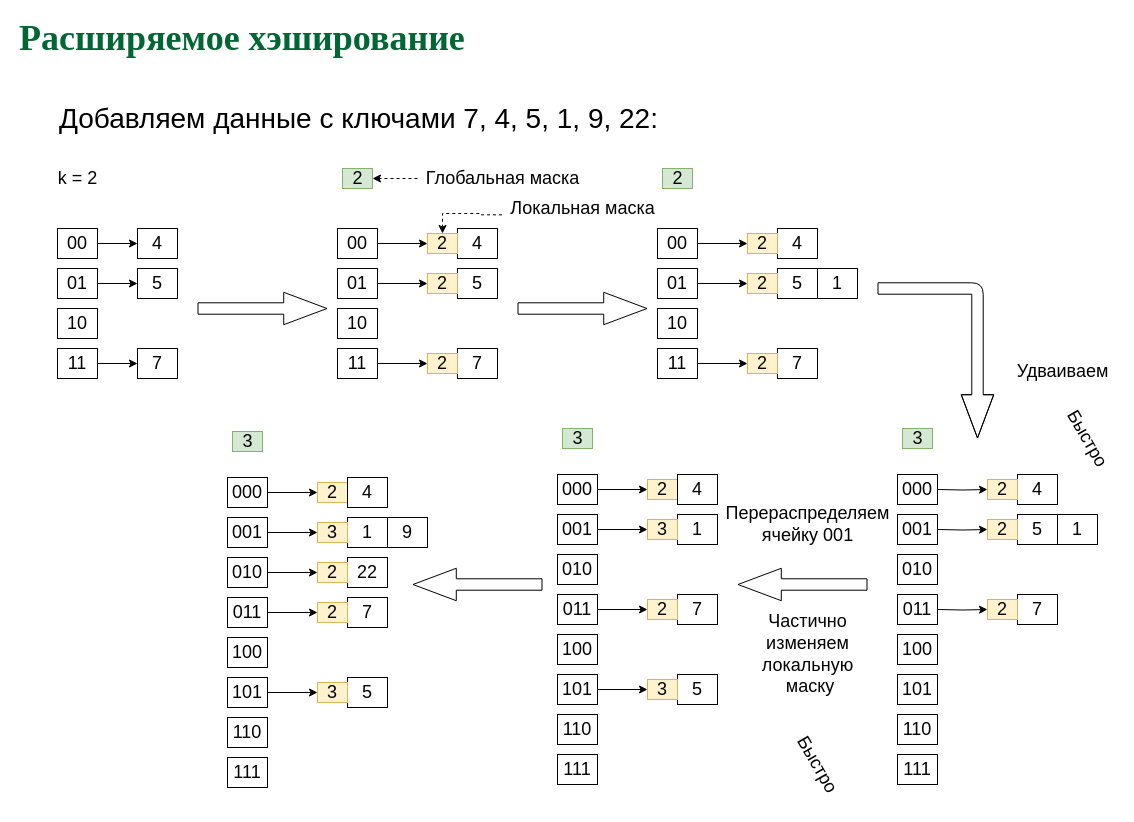
Above: page "p19" (19 of 26) of slides/dynhash.drawio in amcp-pit/db_course (draw.io), before the change. Source tidied: cells renumbered, new cells numbered last; positions are measured from the earlier drawing's top-left corner, leaving out a move shared by most shapes. Both pictures are drawn from the tidied source at 100%, with x=0, y=0 at pixel (17, 28).
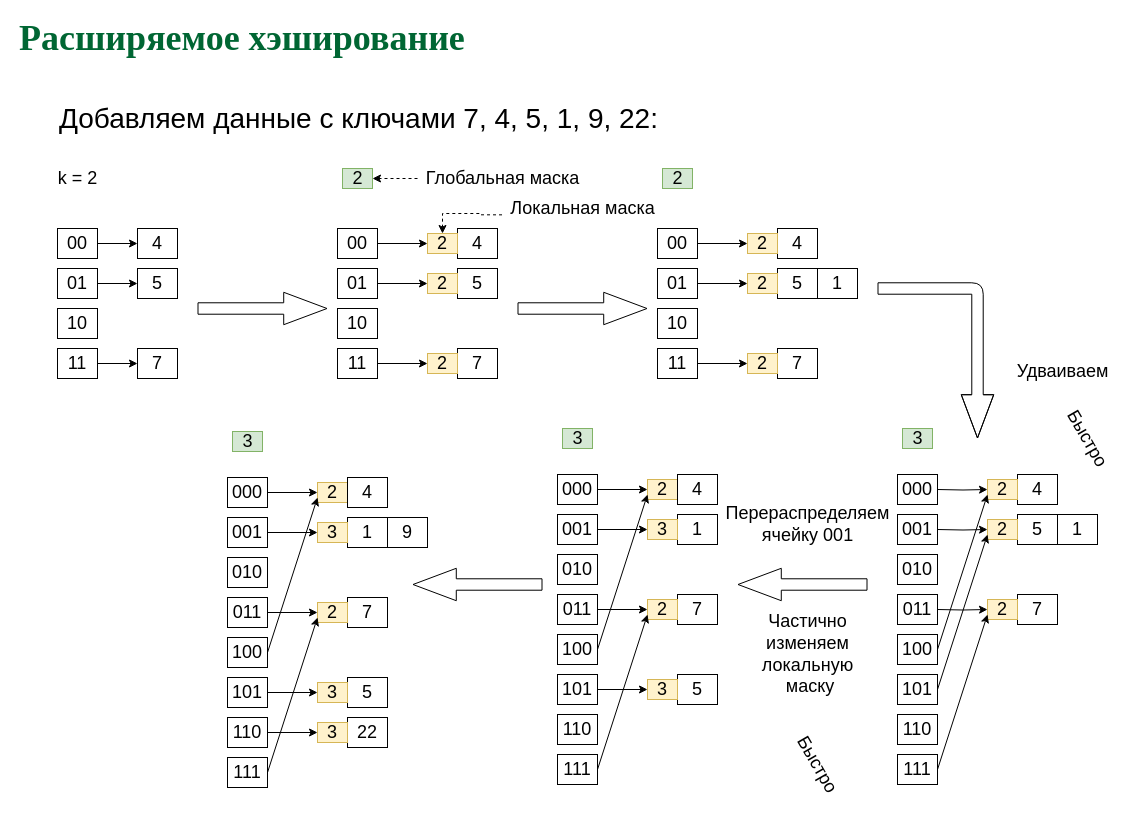
Above is the later version.

Unchanged cells that the change refers to:
```xml
<mxCell id="24" value="&lt;font style=&quot;font-size: 18px&quot;&gt;100&lt;/font&gt;" style="rounded=0;whiteSpace=wrap;html=1;" parent="1" vertex="1">
  <mxGeometry x="540" y="606" width="40" height="30" as="geometry" />
</mxCell>
<mxCell id="27" value="&lt;font style=&quot;font-size: 18px&quot;&gt;111&lt;/font&gt;" style="rounded=0;whiteSpace=wrap;html=1;" parent="1" vertex="1">
  <mxGeometry x="540" y="726" width="40" height="30" as="geometry" />
</mxCell>
<mxCell id="68" value="&lt;font style=&quot;font-size: 18px&quot;&gt;2&lt;/font&gt;" style="rounded=0;whiteSpace=wrap;html=1;fillColor=#fff2cc;strokeColor=#d6b656;" parent="1" vertex="1">
  <mxGeometry x="630" y="451" width="30" height="20" as="geometry" />
</mxCell>
<mxCell id="71" value="&lt;font style=&quot;font-size: 18px&quot;&gt;2&lt;/font&gt;" style="rounded=0;whiteSpace=wrap;html=1;fillColor=#fff2cc;strokeColor=#d6b656;" parent="1" vertex="1">
  <mxGeometry x="630" y="571" width="30" height="20" as="geometry" />
</mxCell>
<mxCell id="79" value="&lt;font style=&quot;font-size: 18px&quot;&gt;2&lt;/font&gt;" style="rounded=0;whiteSpace=wrap;html=1;fillColor=#fff2cc;strokeColor=#d6b656;" parent="1" vertex="1">
  <mxGeometry x="970" y="571" width="30" height="20" as="geometry" />
</mxCell>
<mxCell id="80" value="&lt;font style=&quot;font-size: 18px&quot;&gt;2&lt;/font&gt;" style="rounded=0;whiteSpace=wrap;html=1;fillColor=#fff2cc;strokeColor=#d6b656;" parent="1" vertex="1">
  <mxGeometry x="970" y="451" width="30" height="20" as="geometry" />
</mxCell>
<mxCell id="81" value="&lt;font style=&quot;font-size: 18px&quot;&gt;2&lt;/font&gt;" style="rounded=0;whiteSpace=wrap;html=1;fillColor=#fff2cc;strokeColor=#d6b656;" parent="1" vertex="1">
  <mxGeometry x="970" y="491" width="30" height="20" as="geometry" />
</mxCell>
<mxCell id="87" value="&lt;font style=&quot;font-size: 18px&quot;&gt;100&lt;/font&gt;" style="rounded=0;whiteSpace=wrap;html=1;" parent="1" vertex="1">
  <mxGeometry x="880" y="606" width="40" height="30" as="geometry" />
</mxCell>
<mxCell id="88" value="&lt;font style=&quot;font-size: 18px&quot;&gt;101&lt;/font&gt;" style="rounded=0;whiteSpace=wrap;html=1;" parent="1" vertex="1">
  <mxGeometry x="880" y="646" width="40" height="30" as="geometry" />
</mxCell>
<mxCell id="89" value="&lt;font style=&quot;font-size: 18px&quot;&gt;111&lt;/font&gt;" style="rounded=0;whiteSpace=wrap;html=1;" parent="1" vertex="1">
  <mxGeometry x="880" y="726" width="40" height="30" as="geometry" />
</mxCell>
<mxCell id="104" value="&lt;font style=&quot;font-size: 18px&quot;&gt;010&lt;/font&gt;" style="rounded=0;whiteSpace=wrap;html=1;" parent="1" vertex="1">
  <mxGeometry x="210" y="529" width="40" height="30" as="geometry" />
</mxCell>
<mxCell id="105" value="&lt;font style=&quot;font-size: 18px&quot;&gt;100&lt;/font&gt;" style="rounded=0;whiteSpace=wrap;html=1;" parent="1" vertex="1">
  <mxGeometry x="210" y="609" width="40" height="30" as="geometry" />
</mxCell>
<mxCell id="108" value="&lt;font style=&quot;font-size: 18px&quot;&gt;111&lt;/font&gt;" style="rounded=0;whiteSpace=wrap;html=1;" parent="1" vertex="1">
  <mxGeometry x="210" y="729" width="40" height="30" as="geometry" />
</mxCell>
<mxCell id="109" value="&lt;font style=&quot;font-size: 18px&quot;&gt;110&lt;/font&gt;" style="rounded=0;whiteSpace=wrap;html=1;" parent="1" vertex="1">
  <mxGeometry x="210" y="689" width="40" height="30" as="geometry" />
</mxCell>
<mxCell id="113" value="&lt;font style=&quot;font-size: 18px&quot;&gt;2&lt;/font&gt;" style="rounded=0;whiteSpace=wrap;html=1;fillColor=#fff2cc;strokeColor=#d6b656;" parent="1" vertex="1">
  <mxGeometry x="300" y="454" width="30" height="20" as="geometry" />
</mxCell>
<mxCell id="116" value="&lt;font style=&quot;font-size: 18px&quot;&gt;2&lt;/font&gt;" style="rounded=0;whiteSpace=wrap;html=1;fillColor=#fff2cc;strokeColor=#d6b656;" parent="1" vertex="1">
  <mxGeometry x="300" y="574" width="30" height="20" as="geometry" />
</mxCell>
```

Diff of the diagram source:
```diff
@@
-    <mxCell id="103" style="edgeStyle=orthogonalEdgeStyle;rounded=0;jettySize=auto;html=1;" parent="1" edge="1" source="104" target="120">
-      <mxGeometry relative="1" as="geometry" />
-    </mxCell>
@@
     <mxCell id="119" value="&lt;font style=&quot;font-size: 18px&quot;&gt;22&lt;/font&gt;" style="rounded=0;whiteSpace=wrap;html=1;" parent="1" vertex="1">
-      <mxGeometry x="330" y="529" width="40" height="30" as="geometry" />
+      <mxGeometry x="330" y="689" width="40" height="30" as="geometry" />
     </mxCell>
-    <mxCell id="120" value="&lt;font style=&quot;font-size: 18px&quot;&gt;2&lt;/font&gt;" style="rounded=0;whiteSpace=wrap;html=1;fillColor=#fff2cc;strokeColor=#d6b656;" parent="1" vertex="1">
-      <mxGeometry x="300" y="534" width="30" height="20" as="geometry" />
+    <mxCell id="120" value="&lt;font style=&quot;font-size: 18px&quot;&gt;3&lt;/font&gt;" style="rounded=0;whiteSpace=wrap;html=1;fillColor=#fff2cc;strokeColor=#d6b656;" parent="1" vertex="1">
+      <mxGeometry x="300" y="694" width="30" height="20" as="geometry" />
     </mxCell>
@@
+    <mxCell id="123" style="endArrow=classic;html=1;exitX=1;exitY=0.5;exitDx=0;exitDy=0;entryX=0;entryY=0.75;entryDx=0;entryDy=0;" parent="1" edge="1" source="27" target="71">
+      <mxGeometry relative="1" as="geometry" />
+    </mxCell>
+    <mxCell id="124" style="endArrow=classic;html=1;exitX=1;exitY=0.5;exitDx=0;exitDy=0;entryX=0;entryY=0.75;entryDx=0;entryDy=0;" parent="1" edge="1" source="24" target="68">
+      <mxGeometry relative="1" as="geometry" />
+    </mxCell>
+    <mxCell id="125" style="endArrow=classic;html=1;exitX=1;exitY=0.5;exitDx=0;exitDy=0;entryX=0;entryY=0.75;entryDx=0;entryDy=0;" parent="1" edge="1" source="89" target="79">
+      <mxGeometry relative="1" as="geometry" />
+    </mxCell>
+    <mxCell id="126" style="endArrow=classic;html=1;exitX=1;exitY=0.5;exitDx=0;exitDy=0;entryX=0;entryY=0.75;entryDx=0;entryDy=0;" parent="1" edge="1" source="87" target="80">
+      <mxGeometry relative="1" as="geometry" />
+    </mxCell>
+    <mxCell id="127" style="endArrow=classic;html=1;exitX=1;exitY=0.5;exitDx=0;exitDy=0;entryX=0;entryY=0.75;entryDx=0;entryDy=0;" parent="1" edge="1" source="88" target="81">
+      <mxGeometry relative="1" as="geometry" />
+    </mxCell>
+    <mxCell id="128" style="endArrow=classic;html=1;exitX=1;exitY=0.5;exitDx=0;exitDy=0;entryX=0;entryY=0.75;entryDx=0;entryDy=0;" parent="1" edge="1" source="108" target="116">
+      <mxGeometry relative="1" as="geometry" />
+    </mxCell>
+    <mxCell id="129" style="endArrow=classic;html=1;exitX=1;exitY=0.5;exitDx=0;exitDy=0;entryX=0;entryY=0.75;entryDx=0;entryDy=0;" parent="1" edge="1" source="105" target="113">
+      <mxGeometry relative="1" as="geometry" />
+    </mxCell>
+    <mxCell id="130" style="endArrow=classic;html=1;exitX=1;exitY=0.5;exitDx=0;exitDy=0;entryX=0;entryY=0.5;entryDx=0;entryDy=0;" parent="1" edge="1" source="109" target="120">
+      <mxGeometry relative="1" as="geometry" />
+    </mxCell>
```
